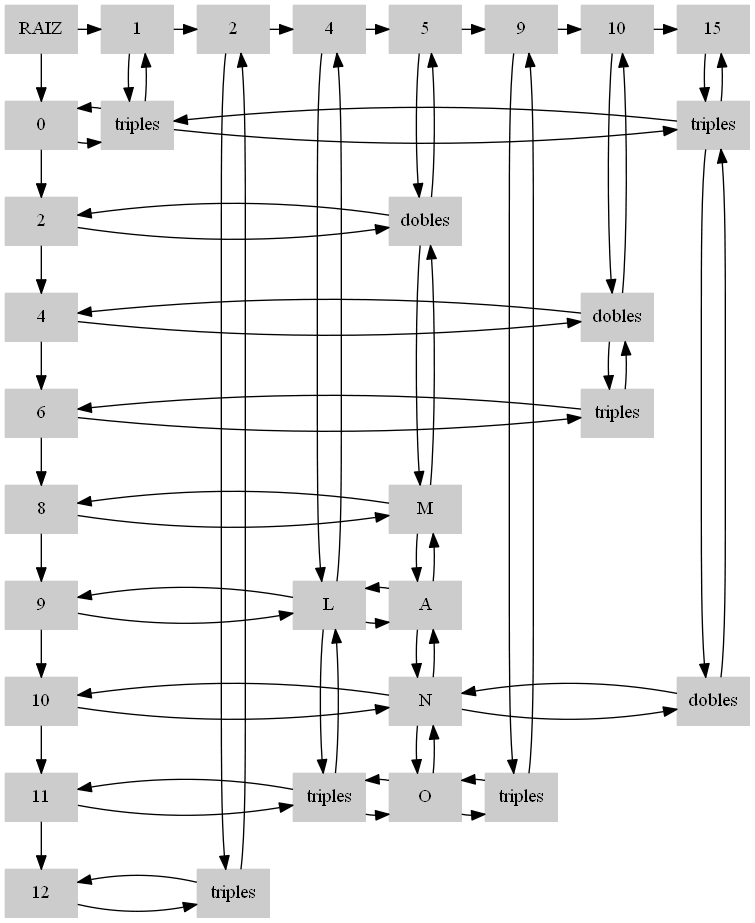
loumisha96/EDD_1S2020_PY1_201602935 keeps this Graphviz diagram as RepMatriz.png. Above is the earlier version. Its source is kept beside it as RepMatriz.dot.
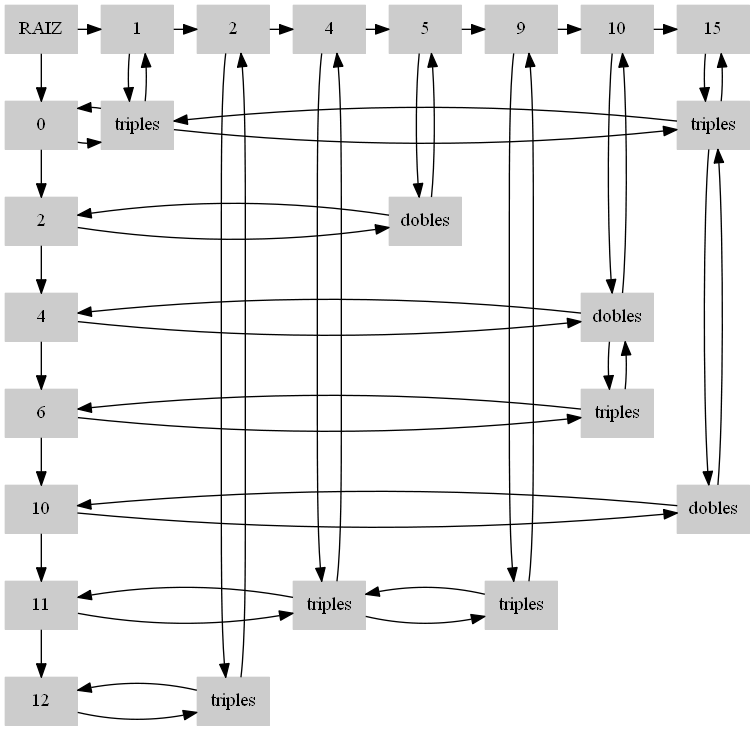
The same file after the commit.

Change to the diagram source:
```diff
@@ -18,44 +18,30 @@
 F2[label="2", group = -1];
 F4[label="4", group = -1];
 F6[label="6", group = -1];
-F8[label="8", group = -1];
-F9[label="9", group = -1];
 F10[label="10", group = -1];
 F11[label="11", group = -1];
 F12[label="12", group = -1];
-F0->F2->F4->F6->F8->F9->F10->F11->F12
+F0->F2->F4->F6->F10->F11->F12
 01[label="triples", group =1];
 015[label="triples", group =15];
 25[label="dobles", group =5];
 410[label="dobles", group =10];
 610[label="triples", group =10];
-85[label="M", group =5];
-94[label="L", group =4];
-95[label="A", group =5];
-105[label="N", group =5];
 1015[label="dobles", group =15];
 114[label="triples", group =4];
-115[label="O", group =5];
 119[label="triples", group =9];
 122[label="triples", group =2];
 F0->01
 F2->25
 F4->410
 F6->610
-F8->85
-F9->94
-F10->105
+F10->1015
 F11->114
 F12->122
 01[label="triples"];
 122[label="triples"];
-94[label="L"];
 114[label="triples"];
 25[label="dobles"];
-85[label="M"];
-95[label="A"];
-105[label="N"];
-115[label="O"];
 119[label="triples"];
 410[label="dobles"];
 610[label="triples"];
@@ -63,7 +49,7 @@
 1015[label="dobles"];
 C1->01
 C2->122
-C4->94
+C4->114
 C5->25
 C9->119
 C10->410
@@ -72,15 +58,13 @@
 {rank = same;F2,25};
 {rank = same;F4,410};
 {rank = same;F6,610};
-{rank = same;F8,85};
-{rank = same;F9,94,95};
-{rank = same;F10,105,1015};
-{rank = same;F11,114,115,119};
+{rank = same;F10,1015};
+{rank = same;F11,114,119};
 {rank = same;F12,122};
 {rank = main;C1,01};
 {rank = main;C2,122};
-{rank = main;C4,94,114};
-{rank = main;C5,25,85,95,105,115};
+{rank = main;C4,114};
+{rank = main;C5,25};
 {rank = main;C9,119};
 {rank = main;C10,410,610};
 {rank = main;C15,015,1015};
@@ -97,21 +81,12 @@
 610
 610->F6
 
-85
-85->F8
+1015
+1015->F10
 
-94->95
-94->F9
-95->94
-
-105->1015
-105->F10
-1015->105
-
-114->115->119
+114->119
 114->F11
-115->114
-119->115
+119->114
 
 122
 122->F12
@@ -122,16 +97,11 @@
 122->C2
 122
 
-94->C4
-94->114
-114->94
+114->C4
+114
 
 25->C5
-25->85->95->105->115
-85->25
-95->85
-105->95
-115->105
+25
 
 119->C9
 119
```
